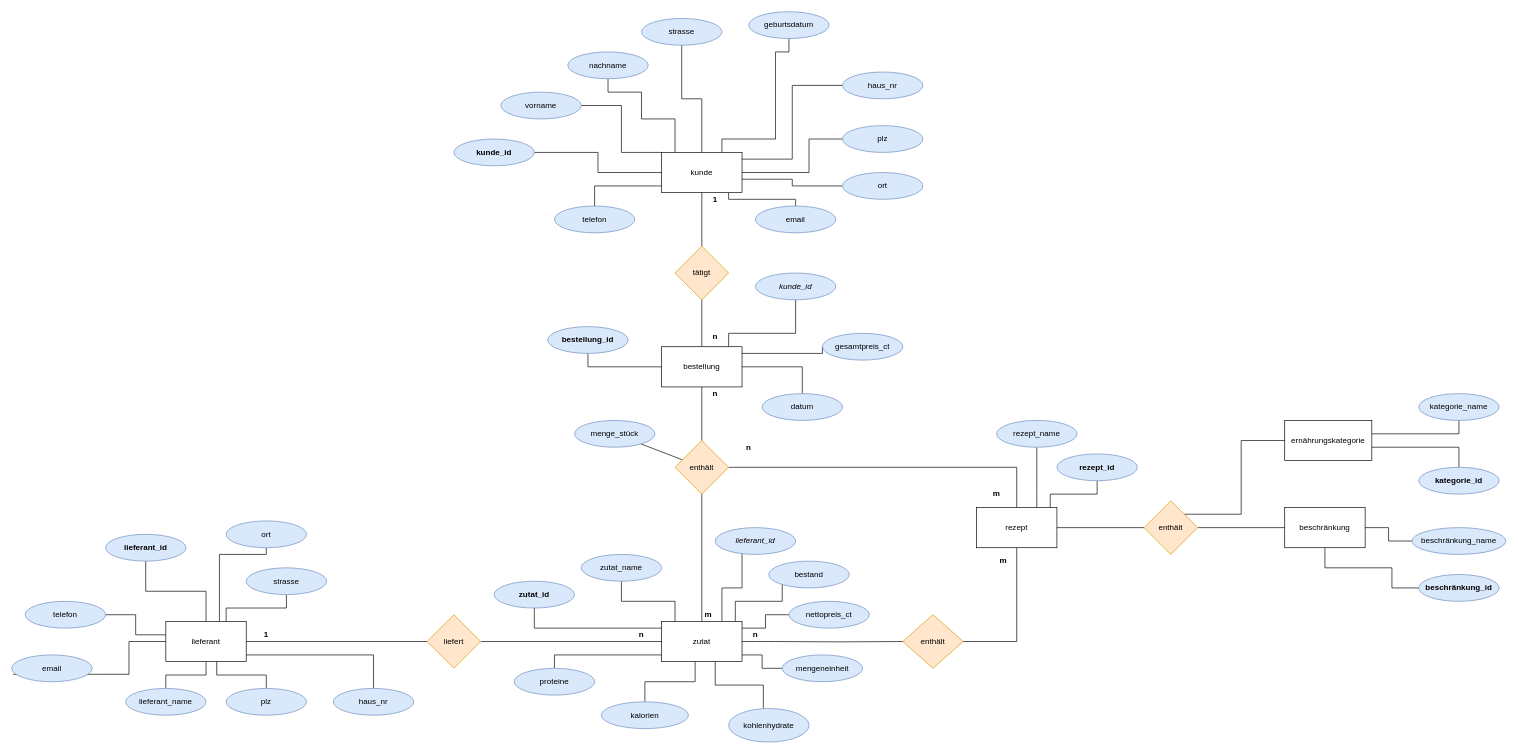
Earlier version of the draw.io diagram database/Ist-Zustand-ERD.drawio (AlexBrightwater/Kraut_und_Rueben). Source tidied: cells renumbered, new cells numbered last; positions are measured from the earlier drawing's top-left corner, leaving out a move shared by most shapes. Both pictures are drawn from the tidied source at 67%, with x=0, y=0 at pixel (11, 11).
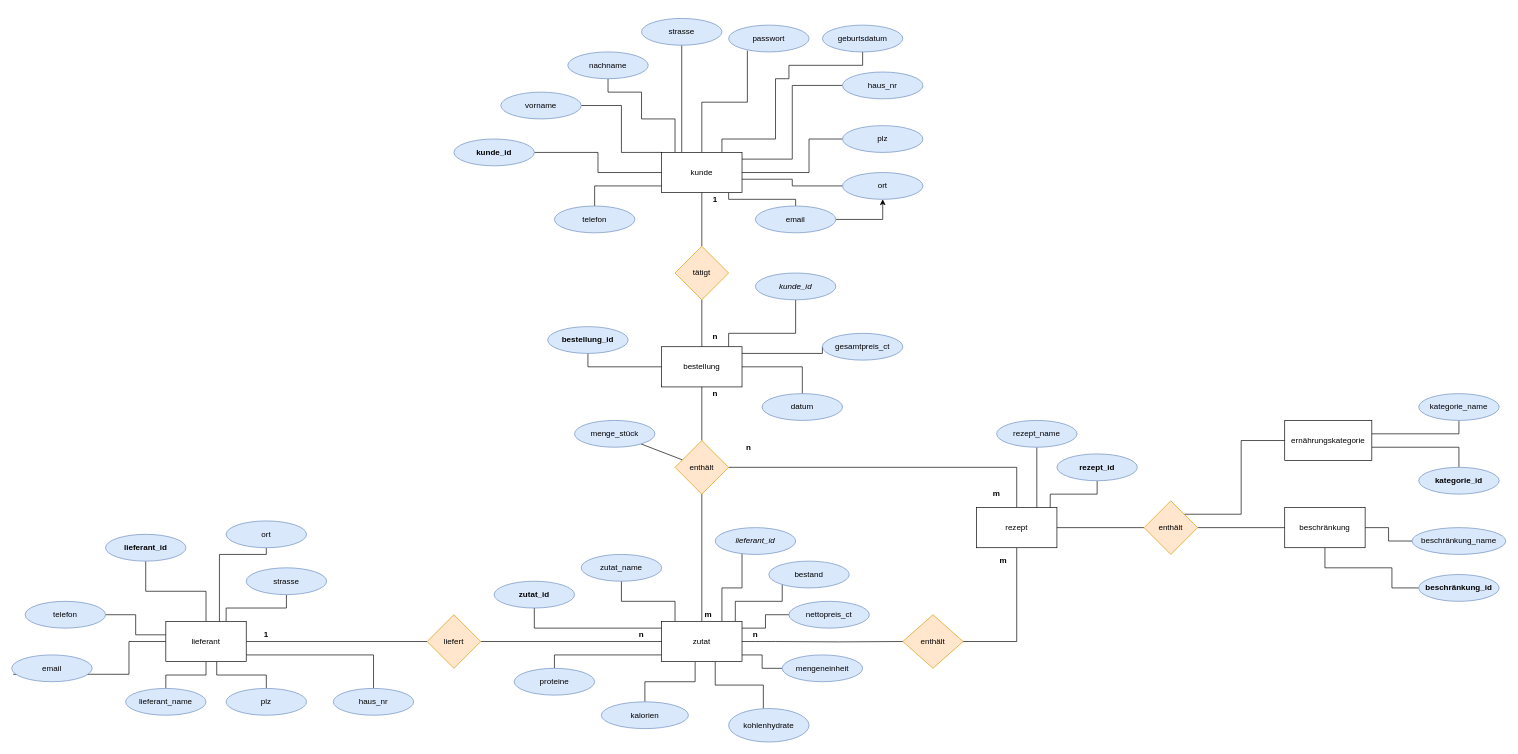
After the change.

The change refers to these unchanged cells:
```xml
<mxCell id="12" value="kunde" style="rounded=0;whiteSpace=wrap;html=1;" parent="1" vertex="1">
  <mxGeometry x="970" y="210" width="120" height="60" as="geometry" />
</mxCell>
<mxCell id="76" value="strasse" style="ellipse;whiteSpace=wrap;html=1;fillColor=#dae8fc;strokeColor=#6c8ebf;" parent="1" vertex="1">
  <mxGeometry x="940" y="10" width="120" height="40" as="geometry" />
</mxCell>
<mxCell id="80" value="ort" style="ellipse;whiteSpace=wrap;html=1;fillColor=#dae8fc;strokeColor=#6c8ebf;" parent="1" vertex="1">
  <mxGeometry x="1240" y="240" width="120" height="40" as="geometry" />
</mxCell>
<mxCell id="109" value="email" style="ellipse;whiteSpace=wrap;html=1;fillColor=#dae8fc;strokeColor=#6c8ebf;" parent="1" vertex="1">
  <mxGeometry x="1110" y="290" width="120" height="40" as="geometry" />
</mxCell>
```

The edit, as a diff of the source:
```diff
@@
-    <mxCell id="5" style="edgeStyle=orthogonalEdgeStyle;rounded=0;jettySize=auto;html=1;entryX=0.5;entryY=1;entryDx=0;entryDy=0;endArrow=none;endFill=0;" parent="1" edge="1" source="12" target="76">
+    <mxCell id="5" style="edgeStyle=orthogonalEdgeStyle;rounded=0;jettySize=auto;html=1;entryX=0.5;entryY=1;entryDx=0;entryDy=0;endArrow=none;endFill=0;exitX=0.25;exitY=0;exitDx=0;exitDy=0;" parent="1" edge="1" source="12" target="76">
       <mxGeometry relative="1" as="geometry" />
     </mxCell>
     <mxCell id="6" style="edgeStyle=orthogonalEdgeStyle;rounded=0;jettySize=auto;html=1;endArrow=none;endFill=0;entryX=0.5;entryY=1;entryDx=0;entryDy=0;" parent="1" edge="1" source="12" target="77">
       <mxGeometry relative="1" as="geometry">
         <Array as="points">
           <mxPoint x="1060" y="190" />
           <mxPoint x="1140" y="190" />
-          <mxPoint x="1140" y="60" />
-          <mxPoint x="1160" y="60" />
+          <mxPoint x="1140" y="100" />
+          <mxPoint x="1160" y="100" />
+          <mxPoint x="1160" y="80" />
+          <mxPoint x="1270" y="80" />
         </Array>
       </mxGeometry>
     </mxCell>
@@
+    <mxCell id="114" style="edgeStyle=orthogonalEdgeStyle;rounded=0;jettySize=auto;html=1;exitX=0.5;exitY=0;exitDx=0;exitDy=0;endArrow=none;endFill=0;entryX=0.233;entryY=0.95;entryDx=0;entryDy=0;entryPerimeter=0;" parent="1" edge="1" source="12" target="116">
+      <mxGeometry relative="1" as="geometry" />
+    </mxCell>
@@
     <mxCell id="77" value="geburtsdatum" style="ellipse;whiteSpace=wrap;html=1;fillColor=#dae8fc;strokeColor=#6c8ebf;" parent="1" vertex="1">
-      <mxGeometry x="1100" width="120" height="40" as="geometry" />
+      <mxGeometry x="1210" y="20" width="120" height="40" as="geometry" />
     </mxCell>
@@
+    <mxCell id="115" style="edgeStyle=orthogonalEdgeStyle;rounded=0;jettySize=auto;html=1;" parent="1" edge="1" source="109" target="80">
+      <mxGeometry relative="1" as="geometry" />
+    </mxCell>
@@
+    <mxCell id="116" value="passwort" style="ellipse;whiteSpace=wrap;html=1;fillColor=#dae8fc;strokeColor=#6c8ebf;" parent="1" vertex="1">
+      <mxGeometry x="1070" y="20" width="120" height="40" as="geometry" />
+    </mxCell>
```
